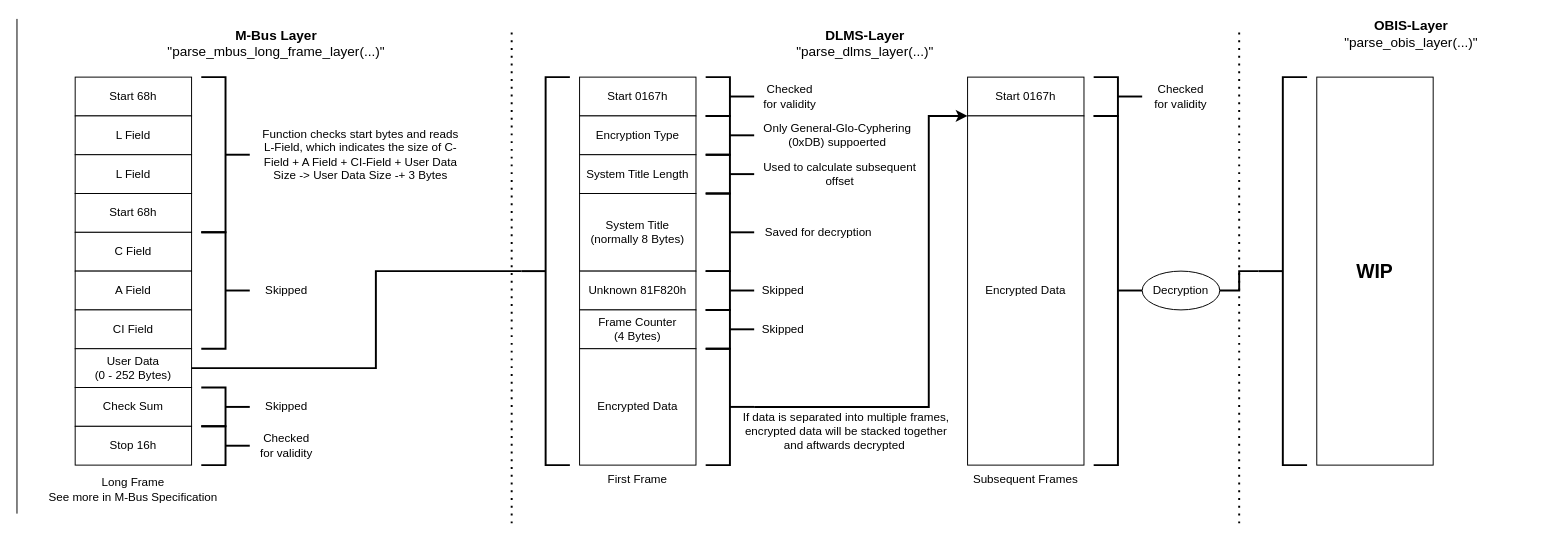
This is images/smartmeter_data.drawio from Tropaion/ZigBee_SmartMeter_Reader, a draw.io file, before an edit. Source tidied: cells renumbered, new cells numbered last; positions are measured from the earlier drawing's top-left corner, leaving out a move shared by most shapes. Both pictures are drawn from the tidied source at 97%, with x=0, y=0 at pixel (16, 18).
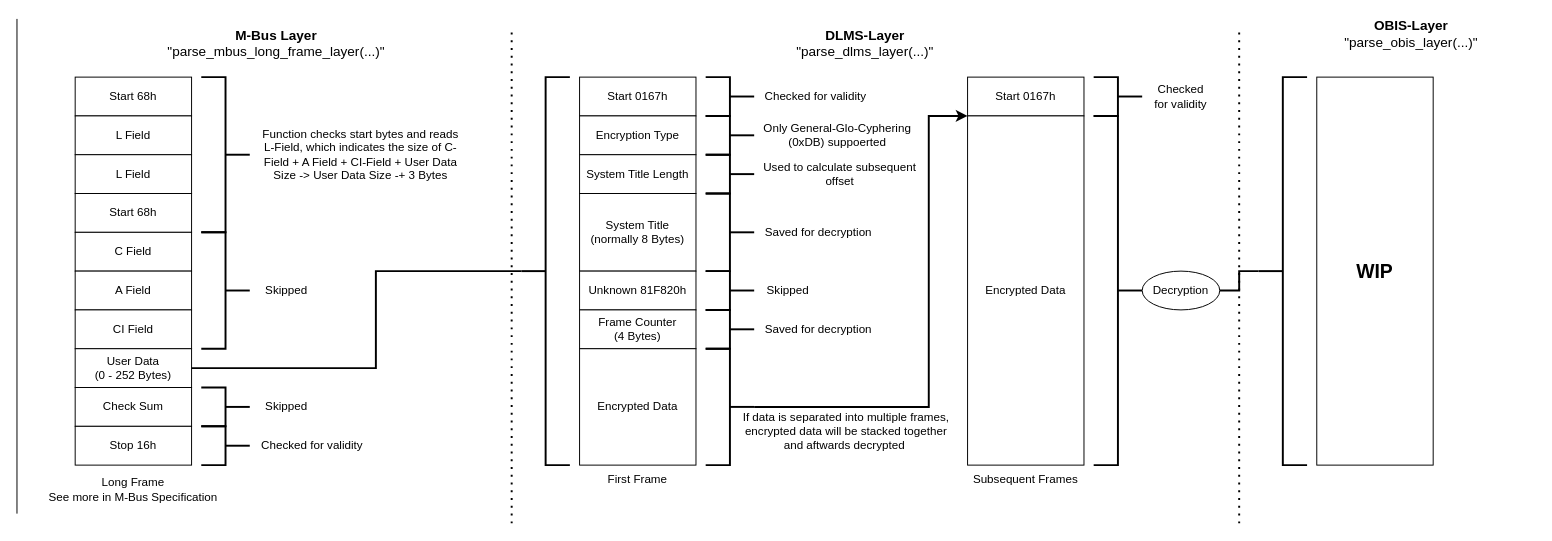
Above is the later version.

The edit, as a diff of the source:
```diff
@@
     <mxCell id="24" value="Checked for validity" style="text;html=1;strokeColor=none;fillColor=none;align=center;verticalAlign=middle;whiteSpace=wrap;rounded=0;" parent="1" vertex="1">
-      <mxGeometry x="247.5" y="425" width="60" height="30" as="geometry" />
+      <mxGeometry x="247.5" y="425" width="112.5" height="30" as="geometry" />
     </mxCell>
@@
     <mxCell id="47" value="Skipped" style="text;html=1;strokeColor=none;fillColor=none;align=center;verticalAlign=middle;whiteSpace=wrap;rounded=0;" parent="1" vertex="1">
-      <mxGeometry x="760" y="265" width="60" height="30" as="geometry" />
+      <mxGeometry x="760" y="265" width="70" height="30" as="geometry" />
     </mxCell>
-    <mxCell id="48" value="Skipped" style="text;html=1;strokeColor=none;fillColor=none;align=center;verticalAlign=middle;whiteSpace=wrap;rounded=0;" parent="1" vertex="1">
-      <mxGeometry x="760" y="305" width="60" height="30" as="geometry" />
-    </mxCell>
@@
     <mxCell id="61" value="Checked for validity" style="text;html=1;strokeColor=none;fillColor=none;align=center;verticalAlign=middle;whiteSpace=wrap;rounded=0;" parent="1" vertex="1">
-      <mxGeometry x="767" y="65" width="60" height="30" as="geometry" />
+      <mxGeometry x="767" y="65" width="113" height="30" as="geometry" />
     </mxCell>
@@
+    <mxCell id="64" value="Saved for decryption" style="text;html=1;strokeColor=none;fillColor=none;align=center;verticalAlign=middle;whiteSpace=wrap;rounded=0;" parent="1" vertex="1">
+      <mxGeometry x="760" y="305" width="133" height="30" as="geometry" />
+    </mxCell>
```
